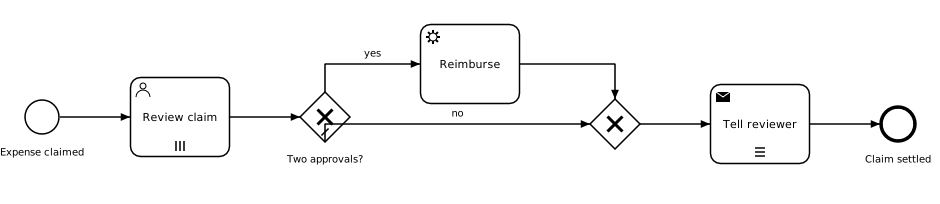
The BPMN diagram docs/examples/expense-review.png in ashalkhakov/WorkflowKit, before a commit. Its source is kept beside it as Examples/Processes/expense-review/expense-review.bpmn. Ids are renumbered.
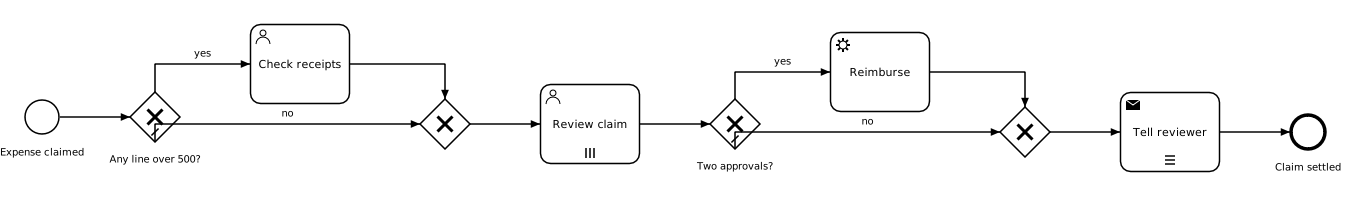
The same diagram one commit later.

Diff of the diagram source:
```diff
@@ -1,10 +1,15 @@
 <bpmn:definitions xmlns:bpmn="http://www.omg.org/spec/BPMN/20100524/MODEL" xmlns:camunda="http://camunda.org/schema/1.0/bpmn" xmlns:xsi="http://www.w3.org/2001/XMLSchema-instance" xmlns:bpmndi="http://www.omg.org/spec/BPMN/20100524/DI" xmlns:dc="http://www.omg.org/spec/DD/20100524/DC" xmlns:di="http://www.omg.org/spec/DD/20100524/DI" id="expense-review-definitions" targetNamespace="http://example.com/workflowkit">
   <bpmn:process id="expense-review" name="Expense review" isExecutable="true">
-    <bpmn:documentation>An expense claim goes to every reviewer named in it at once; two approvals are enough, and the reviews still open are withdrawn then. Each reviewer is told the outcome in turn, one after another.</bpmn:documentation>
+    <bpmn:documentation>An expense claim -- lines, each an item and an amount -- has its receipts checked by finance first when any line is over 500. It then goes to every reviewer named in it at once, with the total and the largest line worked out for them; two approvals are enough, and the reviews still open are withdrawn then. Each reviewer is mailed the outcome in turn, one after another.</bpmn:documentation>
     <bpmn:startEvent id="claimed" name="Expense claimed"/>
+    <bpmn:exclusiveGateway id="receiptsNeeded" name="Any line over 500?" default="noReceiptsFlow"/>
+    <bpmn:userTask id="checkReceipts" name="Check receipts" camunda:candidateGroups="finance"/>
+    <bpmn:exclusiveGateway id="receiptsDone"/>
     <bpmn:userTask id="review" name="Review claim" camunda:assignee="${reviewer}">
       <bpmn:extensionElements>
         <camunda:inputOutput>
+          <camunda:inputParameter name="total">=sum(lines.amount)</camunda:inputParameter>
+          <camunda:inputParameter name="largest">=max(lines.amount)</camunda:inputParameter>
           <camunda:outputParameter name="approvals">=approvals + (if approved then 1 else 0)</camunda:outputParameter>
         </camunda:inputOutput>
       </bpmn:extensionElements>
@@ -15,11 +20,22 @@
     <bpmn:exclusiveGateway id="approvedEnough" name="Two approvals?" default="rejectedFlow"/>
     <bpmn:serviceTask id="reimburse" name="Reimburse" camunda:type="external" camunda:topic="reimburse"/>
     <bpmn:exclusiveGateway id="decided"/>
-    <bpmn:sendTask id="notify" name="Tell reviewer" camunda:type="external" camunda:topic="notify">
+    <bpmn:sendTask id="notify" name="Tell reviewer" camunda:delegateExpression="${mailer}">
+      <bpmn:extensionElements>
+        <camunda:field name="to" expression="=reviewer"/>
+        <camunda:field name="template" stringValue="claim-settled"/>
+        <camunda:field name="subject" expression="=if approvals &gt;= 2 then &quot;Claim approved&quot; else &quot;Claim rejected&quot;"/>
+      </bpmn:extensionElements>
       <bpmn:multiInstanceLoopCharacteristics isSequential="true" camunda:collection="reviewers" camunda:elementVariable="reviewer"/>
     </bpmn:sendTask>
     <bpmn:endEvent id="done" name="Claim settled"/>
-    <bpmn:sequenceFlow id="toReview" sourceRef="claimed" targetRef="review"/>
+    <bpmn:sequenceFlow id="toReceipts" sourceRef="claimed" targetRef="receiptsNeeded"/>
+    <bpmn:sequenceFlow id="receiptsFlow" name="yes" sourceRef="receiptsNeeded" targetRef="checkReceipts">
+      <bpmn:conditionExpression xsi:type="bpmn:tFormalExpression">some line in lines satisfies line.amount &gt; 500</bpmn:conditionExpression>
+    </bpmn:sequenceFlow>
+    <bpmn:sequenceFlow id="noReceiptsFlow" name="no" sourceRef="receiptsNeeded" targetRef="receiptsDone"/>
+    <bpmn:sequenceFlow id="receiptsChecked" sourceRef="checkReceipts" targetRef="receiptsDone"/>
+    <bpmn:sequenceFlow id="toReview" sourceRef="receiptsDone" targetRef="review"/>
     <bpmn:sequenceFlow id="toDecision" sourceRef="review" targetRef="approvedEnough"/>
     <bpmn:sequenceFlow id="approvedFlow" name="yes" sourceRef="approvedEnough" targetRef="reimburse">
       <bpmn:conditionExpression xsi:type="bpmn:tFormalExpression">approvals &gt;= 2</bpmn:conditionExpression>
@@ -35,53 +51,81 @@
         <dc:Bounds x="80" y="155" width="36" height="36"/>
       </bpmndi:BPMNShape>
       <bpmndi:BPMNShape id="review_Shape" bpmnElement="review">
-        <dc:Bounds x="186" y="133" width="100" height="80"/>
+        <dc:Bounds x="596" y="140" width="100" height="80"/>
       </bpmndi:BPMNShape>
       <bpmndi:BPMNShape id="approvedEnough_Shape" bpmnElement="approvedEnough">
-        <dc:Bounds x="356" y="148" width="50" height="50"/>
+        <dc:Bounds x="766" y="155" width="50" height="50"/>
       </bpmndi:BPMNShape>
       <bpmndi:BPMNShape id="reimburse_Shape" bpmnElement="reimburse">
-        <dc:Bounds x="476" y="80" width="100" height="80"/>
+        <dc:Bounds x="886" y="88" width="100" height="80"/>
       </bpmndi:BPMNShape>
       <bpmndi:BPMNShape id="decided_Shape" bpmnElement="decided">
-        <dc:Bounds x="646" y="155" width="50" height="50"/>
+        <dc:Bounds x="1056" y="163" width="50" height="50"/>
       </bpmndi:BPMNShape>
       <bpmndi:BPMNShape id="notify_Shape" bpmnElement="notify">
-        <dc:Bounds x="766" y="140" width="100" height="80"/>
+        <dc:Bounds x="1176" y="148" width="100" height="80"/>
       </bpmndi:BPMNShape>
       <bpmndi:BPMNShape id="done_Shape" bpmnElement="done">
-        <dc:Bounds x="936" y="162" width="36" height="36"/>
+        <dc:Bounds x="1346" y="170" width="36" height="36"/>
       </bpmndi:BPMNShape>
       <bpmndi:BPMNEdge id="toReview_Edge" bpmnElement="toReview">
+        <di:waypoint x="526" y="180"/>
+        <di:waypoint x="596" y="180"/>
+      </bpmndi:BPMNEdge>
+      <bpmndi:BPMNEdge id="toDecision_Edge" bpmnElement="toDecision">
+        <di:waypoint x="696" y="180"/>
+        <di:waypoint x="766" y="180"/>
+      </bpmndi:BPMNEdge>
+      <bpmndi:BPMNEdge id="approvedFlow_Edge" bpmnElement="approvedFlow">
+        <di:waypoint x="791" y="155"/>
+        <di:waypoint x="791" y="128"/>
+        <di:waypoint x="886" y="128"/>
+      </bpmndi:BPMNEdge>
+      <bpmndi:BPMNEdge id="rejectedFlow_Edge" bpmnElement="rejectedFlow">
+        <di:waypoint x="791" y="205"/>
+        <di:waypoint x="791" y="188"/>
+        <di:waypoint x="1056" y="188"/>
+      </bpmndi:BPMNEdge>
+      <bpmndi:BPMNEdge id="reimbursed_Edge" bpmnElement="reimbursed">
+        <di:waypoint x="986" y="128"/>
+        <di:waypoint x="1081" y="128"/>
+        <di:waypoint x="1081" y="163"/>
+      </bpmndi:BPMNEdge>
+      <bpmndi:BPMNEdge id="toNotify_Edge" bpmnElement="toNotify">
+        <di:waypoint x="1106" y="188"/>
+        <di:waypoint x="1176" y="188"/>
+      </bpmndi:BPMNEdge>
+      <bpmndi:BPMNEdge id="toDone_Edge" bpmnElement="toDone">
+        <di:waypoint x="1276" y="188"/>
+        <di:waypoint x="1346" y="188"/>
+      </bpmndi:BPMNEdge>
+      <bpmndi:BPMNShape id="receiptsNeeded_Shape" bpmnElement="receiptsNeeded">
+        <dc:Bounds x="186" y="148" width="50" height="50"/>
+      </bpmndi:BPMNShape>
+      <bpmndi:BPMNShape id="checkReceipts_Shape" bpmnElement="checkReceipts">
+        <dc:Bounds x="306" y="80" width="100" height="80"/>
+      </bpmndi:BPMNShape>
+      <bpmndi:BPMNShape id="receiptsDone_Shape" bpmnElement="receiptsDone">
+        <dc:Bounds x="476" y="155" width="50" height="50"/>
+      </bpmndi:BPMNShape>
+      <bpmndi:BPMNEdge id="toReceipts_Edge" bpmnElement="toReceipts">
         <di:waypoint x="116" y="173"/>
         <di:waypoint x="186" y="173"/>
       </bpmndi:BPMNEdge>
-      <bpmndi:BPMNEdge id="toDecision_Edge" bpmnElement="toDecision">
-        <di:waypoint x="286" y="173"/>
-        <di:waypoint x="356" y="173"/>
+      <bpmndi:BPMNEdge id="receiptsFlow_Edge" bpmnElement="receiptsFlow">
+        <di:waypoint x="211" y="148"/>
+        <di:waypoint x="211" y="120"/>
+        <di:waypoint x="306" y="120"/>
       </bpmndi:BPMNEdge>
-      <bpmndi:BPMNEdge id="approvedFlow_Edge" bpmnElement="approvedFlow">
-        <di:waypoint x="381" y="148"/>
-        <di:waypoint x="381" y="120"/>
-        <di:waypoint x="476" y="120"/>
+      <bpmndi:BPMNEdge id="noReceiptsFlow_Edge" bpmnElement="noReceiptsFlow">
+        <di:waypoint x="211" y="198"/>
+        <di:waypoint x="211" y="180"/>
+        <di:waypoint x="476" y="180"/>
       </bpmndi:BPMNEdge>
-      <bpmndi:BPMNEdge id="rejectedFlow_Edge" bpmnElement="rejectedFlow">
-        <di:waypoint x="381" y="198"/>
-        <di:waypoint x="381" y="180"/>
-        <di:waypoint x="646" y="180"/>
-      </bpmndi:BPMNEdge>
-      <bpmndi:BPMNEdge id="reimbursed_Edge" bpmnElement="reimbursed">
-        <di:waypoint x="576" y="120"/>
-        <di:waypoint x="671" y="120"/>
-        <di:waypoint x="671" y="155"/>
-      </bpmndi:BPMNEdge>
-      <bpmndi:BPMNEdge id="toNotify_Edge" bpmnElement="toNotify">
-        <di:waypoint x="696" y="180"/>
-        <di:waypoint x="766" y="180"/>
-      </bpmndi:BPMNEdge>
-      <bpmndi:BPMNEdge id="toDone_Edge" bpmnElement="toDone">
-        <di:waypoint x="866" y="180"/>
-        <di:waypoint x="936" y="180"/>
+      <bpmndi:BPMNEdge id="receiptsChecked_Edge" bpmnElement="receiptsChecked">
+        <di:waypoint x="406" y="120"/>
+        <di:waypoint x="501" y="120"/>
+        <di:waypoint x="501" y="155"/>
       </bpmndi:BPMNEdge>
     </bpmndi:BPMNPlane>
   </bpmndi:BPMNDiagram>
```
